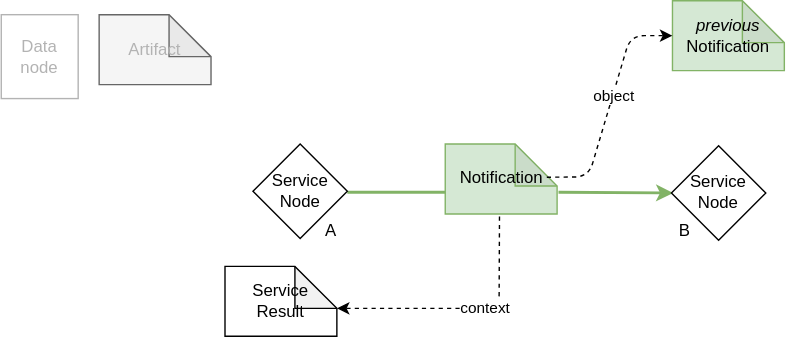
This is images/request_response2_service_node_cancel.svg from MellonScholarlyCommunication/spec-notifications, a draw.io export, as it was before one commit. Source tidied: cells renumbered, new cells last; positions are measured from the earlier drawing's top-left corner, leaving out a move shared by most shapes. Its diagram source:
```xml
<mxGraphModel>
  <root>
    <mxCell id="0" />
    <mxCell id="1" parent="0" />
    <mxCell id="2" value="Notification" style="shape=note;whiteSpace=wrap;html=1;backgroundOutline=1;darkOpacity=0.05;strokeColor=#82b366;fillColor=#d5e8d4;" parent="1" vertex="1">
      <mxGeometry x="317.5" y="102.5" width="80" height="50" as="geometry" />
    </mxCell>
    <mxCell id="3" style="endArrow=none;html=1;strokeWidth=2;fillColor=#d5e8d4;strokeColor=#82b366;" parent="1" edge="1">
      <mxGeometry relative="1" as="geometry">
        <mxPoint x="247.5" y="137" as="sourcePoint" />
        <mxPoint x="317.5" y="137" as="targetPoint" />
      </mxGeometry>
    </mxCell>
    <mxCell id="4" style="endArrow=classic;html=1;entryX=0;entryY=0.75;entryDx=0;entryDy=0;strokeWidth=2;fillColor=#d5e8d4;strokeColor=#82b366;" parent="1" edge="1">
      <mxGeometry relative="1" as="geometry">
        <mxPoint x="398.5" y="137" as="sourcePoint" />
        <mxPoint x="480.5" y="137.5" as="targetPoint" />
      </mxGeometry>
    </mxCell>
    <mxCell id="5" value="Service&lt;br&gt;Node" style="rhombus;whiteSpace=wrap;html=1;" parent="1" vertex="1">
      <mxGeometry x="479.2" y="103.8" width="67.5" height="67.5" as="geometry" />
    </mxCell>
    <mxCell id="6" value="Service&lt;br&gt;Node" style="rhombus;whiteSpace=wrap;html=1;" parent="1" vertex="1">
      <mxGeometry x="180" y="102.5" width="67.5" height="67.5" as="geometry" />
    </mxCell>
    <mxCell id="7" value="A" style="text;html=1;strokeColor=none;fillColor=none;align=center;verticalAlign=middle;whiteSpace=wrap;rounded=0;" parent="1" vertex="1">
      <mxGeometry x="206" y="150.2" width="60" height="30" as="geometry" />
    </mxCell>
    <mxCell id="8" value="B" style="text;html=1;strokeColor=none;fillColor=none;align=center;verticalAlign=middle;whiteSpace=wrap;rounded=0;" parent="1" vertex="1">
      <mxGeometry x="459" y="150.2" width="60" height="30" as="geometry" />
    </mxCell>
    <mxCell id="9" value="&lt;i&gt;previous&lt;/i&gt;&lt;br&gt;Notification" style="shape=note;whiteSpace=wrap;html=1;backgroundOutline=1;darkOpacity=0.05;strokeColor=#82b366;fillColor=#d5e8d4;" parent="1" vertex="1">
      <mxGeometry x="480" width="80" height="50" as="geometry" />
    </mxCell>
    <mxCell id="10" style="endArrow=classic;html=1;rounded=1;entryX=0;entryY=0.5;entryDx=0;entryDy=0;entryPerimeter=0;exitX=0.908;exitY=0.475;exitDx=0;exitDy=0;exitPerimeter=0;dashed=1;" parent="1" edge="1" source="2" target="9">
      <mxGeometry relative="1" as="geometry">
        <Array as="points">
          <mxPoint x="420" y="126" />
          <mxPoint x="450" y="25" />
        </Array>
      </mxGeometry>
    </mxCell>
    <mxCell id="11" value="object" style="edgeLabel;html=1;align=center;verticalAlign=middle;" parent="10" vertex="1">
      <mxGeometry x="0.1" relative="1" as="geometry" />
    </mxCell>
    <mxCell id="12" value="&lt;font color=&quot;#b3b3b3&quot;&gt;Data node&lt;/font&gt;" style="rounded=0;whiteSpace=wrap;html=1;rotation=0;strokeColor=#B3B3B3;" parent="1" vertex="1">
      <mxGeometry y="10" width="55" height="60" as="geometry" />
    </mxCell>
    <mxCell id="13" value="&lt;font color=&quot;#b3b3b3&quot;&gt;Artifact&lt;/font&gt;" style="shape=note;whiteSpace=wrap;html=1;backgroundOutline=1;darkOpacity=0.05;strokeColor=#666666;fillColor=#f5f5f5;fontColor=#333333;" parent="1" vertex="1">
      <mxGeometry x="70" y="10" width="80" height="50" as="geometry" />
    </mxCell>
    <mxCell id="14" style="endArrow=classic;html=1;rounded=1;dashed=1;exitX=0.485;exitY=1.037;exitDx=0;exitDy=0;exitPerimeter=0;" parent="1" edge="1">
      <mxGeometry relative="1" as="geometry">
        <mxPoint x="356.3" y="154.3" as="sourcePoint" />
        <mxPoint x="240" y="220" as="targetPoint" />
        <Array as="points">
          <mxPoint x="356" y="220" />
        </Array>
      </mxGeometry>
    </mxCell>
    <mxCell id="15" value="context" style="edgeLabel;html=1;align=center;verticalAlign=middle;" parent="14" vertex="1">
      <mxGeometry x="-0.17" relative="1" as="geometry" />
    </mxCell>
    <mxCell id="16" value="Service&lt;br&gt;Result" style="shape=note;whiteSpace=wrap;html=1;backgroundOutline=1;darkOpacity=0.05;" parent="1" vertex="1">
      <mxGeometry x="160" y="190" width="80" height="50" as="geometry" />
    </mxCell>
  </root>
</mxGraphModel>
```
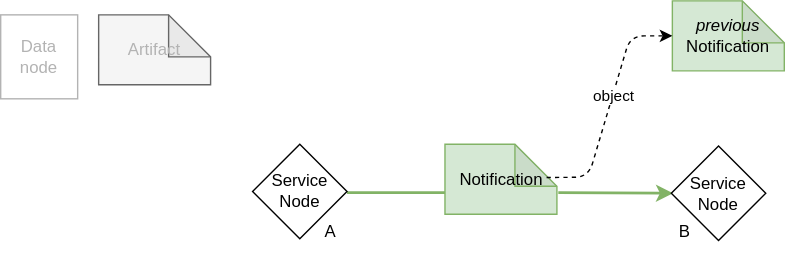
After the change.

Commit message:
Removing the context from cancel responses

The edit, as a diff of the source:
```diff
@@ -49,20 +49,5 @@
     <mxCell id="13" value="&lt;font color=&quot;#b3b3b3&quot;&gt;Artifact&lt;/font&gt;" style="shape=note;whiteSpace=wrap;html=1;backgroundOutline=1;darkOpacity=0.05;strokeColor=#666666;fillColor=#f5f5f5;fontColor=#333333;" parent="1" vertex="1">
       <mxGeometry x="70" y="10" width="80" height="50" as="geometry" />
     </mxCell>
-    <mxCell id="14" style="endArrow=classic;html=1;rounded=1;dashed=1;exitX=0.485;exitY=1.037;exitDx=0;exitDy=0;exitPerimeter=0;" parent="1" edge="1">
-      <mxGeometry relative="1" as="geometry">
-        <mxPoint x="356.3" y="154.3" as="sourcePoint" />
-        <mxPoint x="240" y="220" as="targetPoint" />
-        <Array as="points">
-          <mxPoint x="356" y="220" />
-        </Array>
-      </mxGeometry>
-    </mxCell>
-    <mxCell id="15" value="context" style="edgeLabel;html=1;align=center;verticalAlign=middle;" parent="14" vertex="1">
-      <mxGeometry x="-0.17" relative="1" as="geometry" />
-    </mxCell>
-    <mxCell id="16" value="Service&lt;br&gt;Result" style="shape=note;whiteSpace=wrap;html=1;backgroundOutline=1;darkOpacity=0.05;" parent="1" vertex="1">
-      <mxGeometry x="160" y="190" width="80" height="50" as="geometry" />
-    </mxCell>
   </root>
 </mxGraphModel>
```
